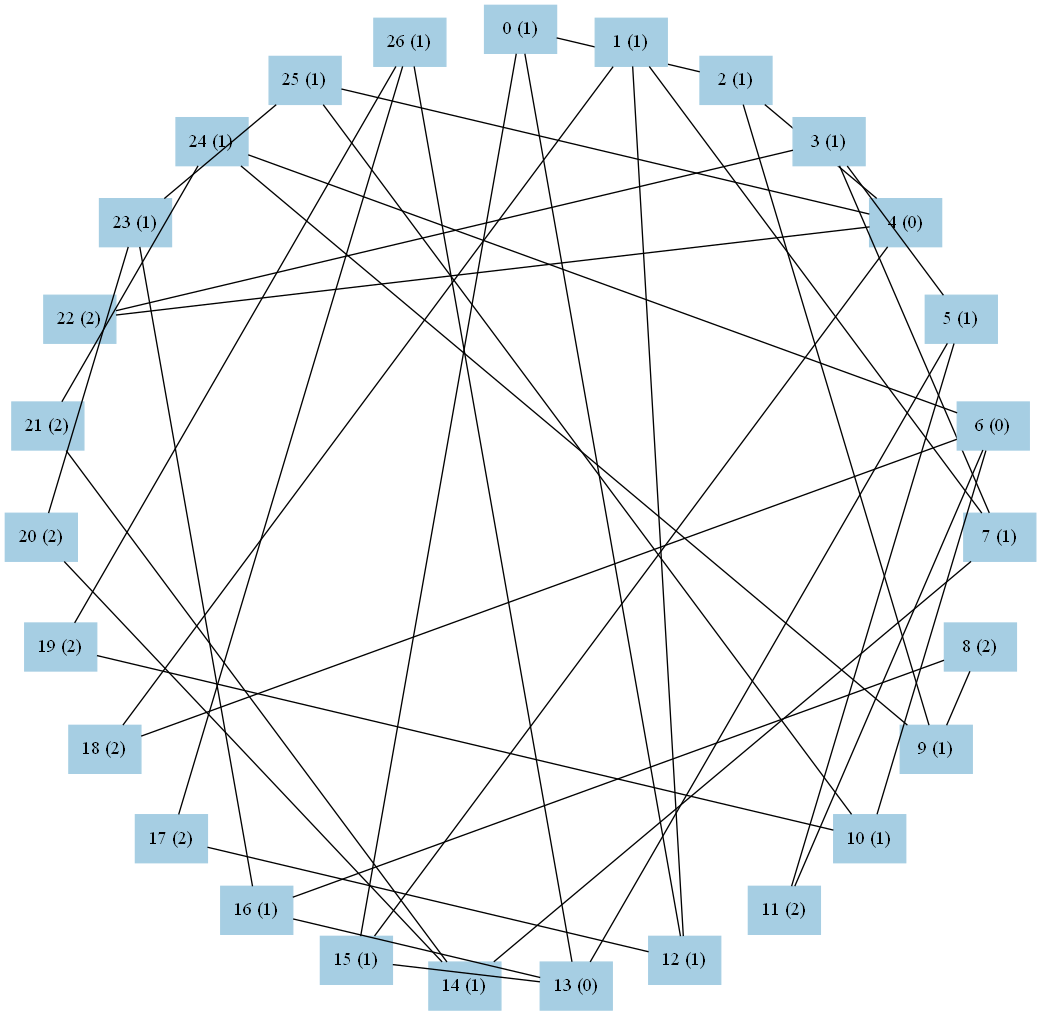
Earlier version of the Graphviz export graph2.png (kohinigeee/kenkyuu). Its source is kept beside it as graph2.dot.
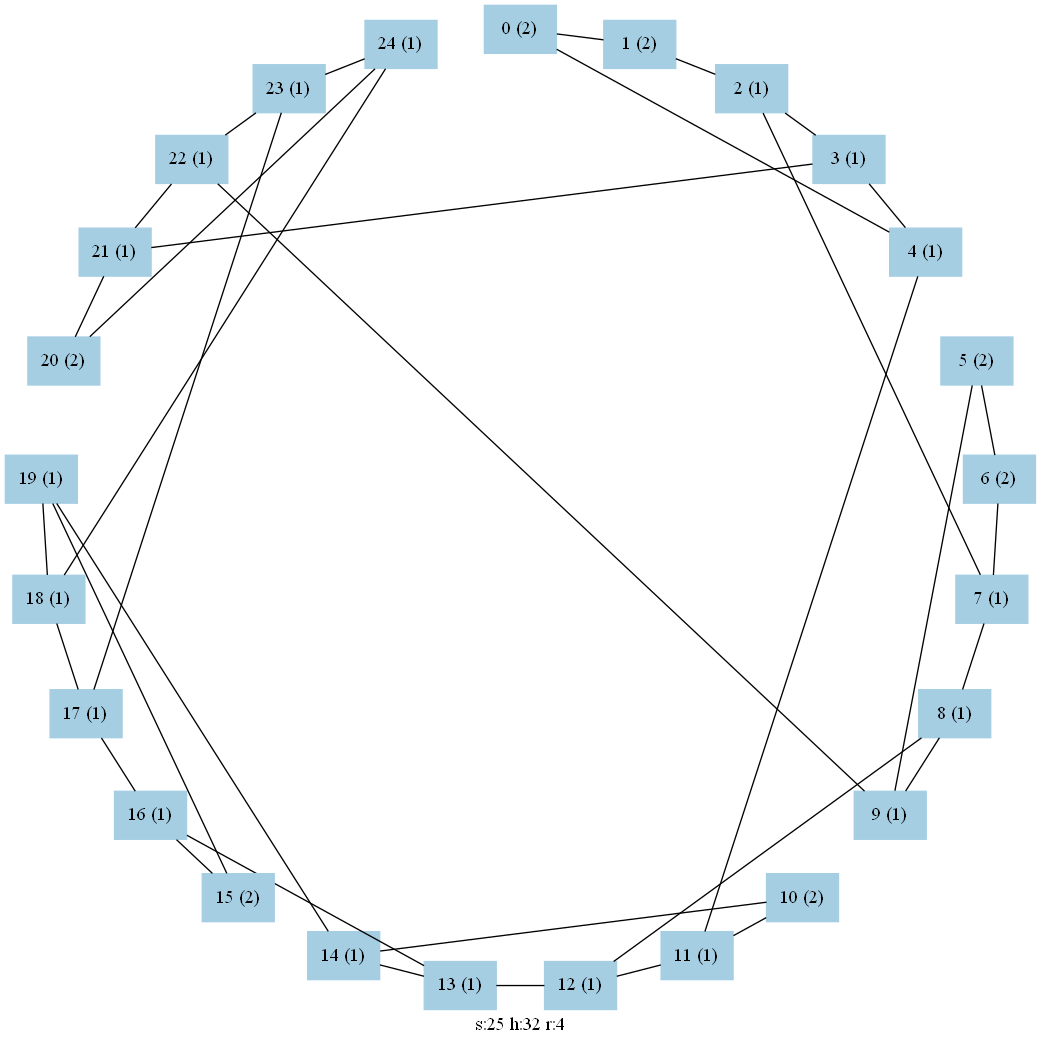
The same diagram one commit later.

The edit, as a diff of the source:
```diff
@@ -1,8 +1,8 @@
 graph test2 {
 	graph [
 		charset="utf-8",
-		layout=neato
-	];
+		layout=neato,
+		label="s:25 h:32 r:4"	];
 	node [
 		shape=box;
 		style="solid, filled"
@@ -11,151 +11,139 @@
 	subgraph cluster_sub0 {
 	node[ color=1 ]
 	0[
-		pos="5.000, 5.000!",
-		label="0 (1)"
+		pos="5.00000, 10.00000!",
+		label="0 (2)"
 	]
 	1[
-		pos="6.153, 4.865!",
-		label="1 (1)"
+		pos="6.24345, 9.84292!",
+		label="1 (2)"
 	]
 	2[
-		pos="7.244, 4.468!",
+		pos="7.40877, 9.38153!",
 		label="2 (1)"
 	]
 	3[
-		pos="8.214, 3.830!",
+		pos="8.42274, 8.64484!",
 		label="3 (1)"
 	]
 	4[
-		pos="9.011, 2.986!",
-		label="4 (0)"
+		pos="9.22164, 7.67913!",
+		label="4 (1)"
 	]
 	5[
-		pos="9.591, 1.980!",
-		label="5 (1)"
+		pos="9.75528, 6.54508!",
+		label="5 (2)"
 	]
 	6[
-		pos="9.924, 0.868!",
-		label="6 (0)"
+		pos="9.99013, 5.31395!",
+		label="6 (2)"
 	]
 	7[
-		pos="9.992, -0.291!",
+		pos="9.91144, 4.06309!",
 		label="7 (1)"
 	]
 	8[
-		pos="9.790, -1.434!",
-		label="8 (2)"
+		pos="9.52414, 2.87110!",
+		label="8 (1)"
 	]
 	9[
-		pos="9.330, -2.500!",
+		pos="8.85257, 1.81288!",
 		label="9 (1)"
 	]
 	10[
-		pos="8.637, -3.431!",
-		label="10 (1)"
+		pos="7.93893, 0.95492!",
+		label="10 (2)"
 	]
 	11[
-		pos="7.748, -4.177!",
-		label="11 (2)"
+		pos="6.84062, 0.35112!",
+		label="11 (1)"
 	]
 	12[
-		pos="6.710, -4.698!",
+		pos="5.62667, 0.03943!",
 		label="12 (1)"
 	]
 	13[
-		pos="5.580, -4.966!",
-		label="13 (0)"
+		pos="4.37333, 0.03943!",
+		label="13 (1)"
 	]
 	14[
-		pos="4.420, -4.966!",
+		pos="3.15938, 0.35112!",
 		label="14 (1)"
 	]
 	15[
-		pos="3.290, -4.698!",
-		label="15 (1)"
+		pos="2.06107, 0.95492!",
+		label="15 (2)"
 	]
 	16[
-		pos="2.252, -4.177!",
+		pos="1.14743, 1.81288!",
 		label="16 (1)"
 	]
 	17[
-		pos="1.363, -3.431!",
-		label="17 (2)"
+		pos="0.47586, 2.87110!",
+		label="17 (1)"
 	]
 	18[
-		pos="0.670, -2.500!",
-		label="18 (2)"
+		pos="0.08856, 4.06309!",
+		label="18 (1)"
 	]
 	19[
-		pos="0.210, -1.434!",
-		label="19 (2)"
+		pos="0.00987, 5.31395!",
+		label="19 (1)"
 	]
 	20[
-		pos="0.008, -0.291!",
+		pos="0.24472, 6.54508!",
 		label="20 (2)"
 	]
 	21[
-		pos="0.076, 0.868!",
-		label="21 (2)"
+		pos="0.77836, 7.67913!",
+		label="21 (1)"
 	]
 	22[
-		pos="0.409, 1.980!",
-		label="22 (2)"
+		pos="1.57726, 8.64484!",
+		label="22 (1)"
 	]
 	23[
-		pos="0.989, 2.986!",
+		pos="2.59123, 9.38153!",
 		label="23 (1)"
 	]
 	24[
-		pos="1.786, 3.830!",
+		pos="3.75655, 9.84292!",
 		label="24 (1)"
-	]
-	25[
-		pos="2.756, 4.468!",
-		label="25 (1)"
-	]
-	26[
-		pos="3.847, 4.865!",
-		label="26 (1)"
 	]
 	}
 
-	0--12
-	0--2
-	0--15
-	1--18
-	1--12
-	1--7
-	2--4
-	2--9
-	3--5
-	3--22
-	3--7
-	4--25
-	4--15
-	4--22
-	5--13
-	5--11
-	6--18
-	6--24
-	6--11
-	6--10
-	7--14
-	8--16
+	0--4
+	0--1
+	1--2
+	2--3
+	2--7
+	3--4
+	3--21
+	4--11
+	5--9
+	5--6
+	6--7
+	7--8
 	8--9
-	9--24
-	10--19
-	10--25
-	12--17
-	13--15
-	13--26
+	8--12
+	9--22
+	10--14
+	10--11
+	11--12
+	12--13
+	13--14
 	13--16
-	14--20
-	14--21
-	16--23
-	17--26
-	19--26
-	20--23
-	21--24
-	23--25
+	14--19
+	15--19
+	15--16
+	16--17
+	17--18
+	17--23
+	18--19
+	18--24
+	20--24
+	20--21
+	21--22
+	22--23
+	23--24
 }
```
